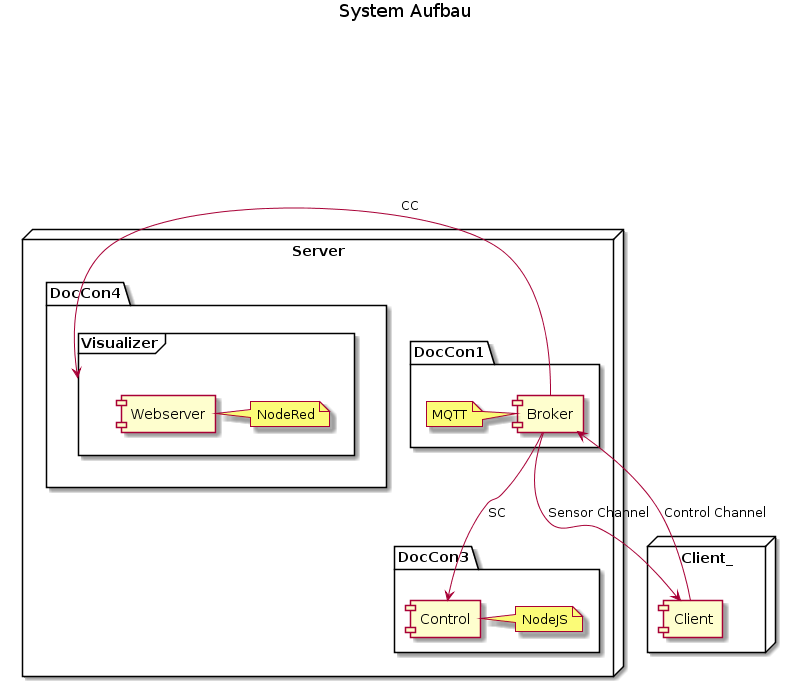
ReuRoc/IoT-Projekt keeps this PlantUML diagram as dokumentation/UML Diagramme/System aufbau 07_06_19.png. Above is the earlier version. Source of this version:
```plantuml
@startuml
title System Aufbau

node "Client_"{
[Client]
}

node "Server"{
package "DocCon1"{
[Broker]
note left : MQTT
}

package "DocCon3"{
[Control]
note right : NodeJS
}
package "DocCon4"{
frame "Visualizer"{
[Webserver]
note right : NodeRed
}
}

}


[Broker] --> [Client] : Sensor Channel

[Client] --> [Broker] : Control Channel

[Broker] --> [Control] : SC

[Broker] -> Visualizer : CC
@enduml
```
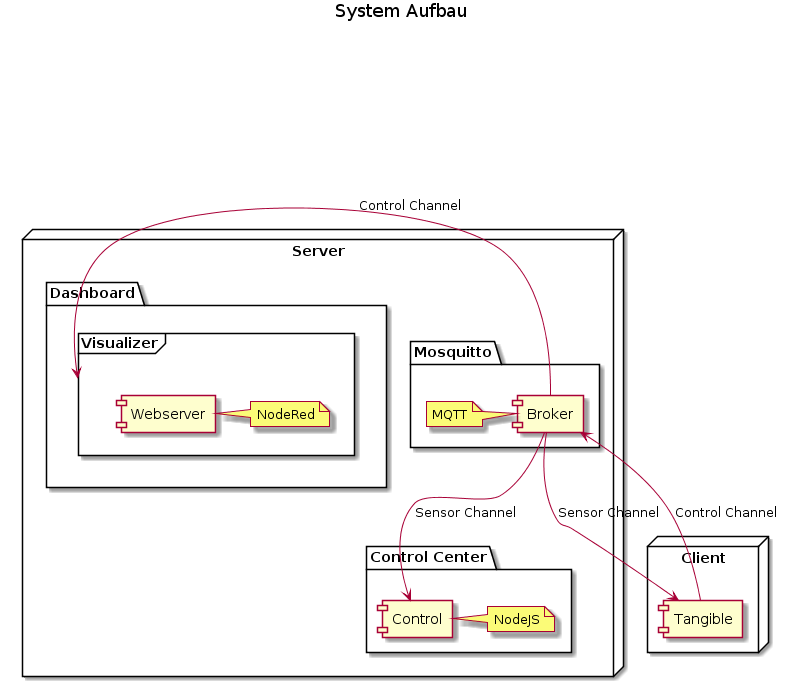
After the change.

Commit message:
Update Screenshots and UML

The edit, as a diff of the source:
```diff
@@ -1,21 +1,21 @@
 @startuml
 title System Aufbau
 
-node "Client_"{
-[Client]
+node "Client"{
+[Tangible]
 }
 
 node "Server"{
-package "DocCon1"{
+package "Mosquitto"{
 [Broker]
 note left : MQTT
 }
 
-package "DocCon3"{
+package "Control Center"{
 [Control]
 note right : NodeJS
 }
-package "DocCon4"{
+package "Dashboard"{
 frame "Visualizer"{
 [Webserver]
 note right : NodeRed
@@ -25,11 +25,11 @@
 }
 
 
-[Broker] --> [Client] : Sensor Channel
+[Broker] --> [Tangible] : Sensor Channel
 
-[Client] --> [Broker] : Control Channel
+[Tangible] --> [Broker] : Control Channel
 
-[Broker] --> [Control] : SC
+[Broker] --> [Control] : Sensor Channel
 
-[Broker] -> Visualizer : CC
+[Broker] -> Visualizer : Control Channel
 @enduml
```
